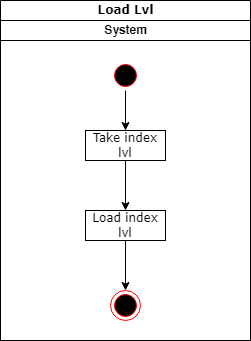
This is Load Lvl.drawio.png from johannfac/A-Lone-Burglar, a draw.io export, as it was before one commit. Source tidied: cells renumbered, new cells last; positions are measured from the earlier drawing's top-left corner, leaving out a move shared by most shapes.
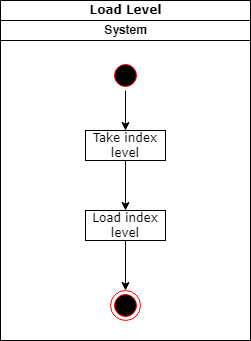
After the change.

Change to the diagram source:
```diff
@@ -2,7 +2,7 @@
   <root>
     <mxCell id="0" />
     <mxCell id="1" parent="0" />
-    <mxCell id="2" value="Load Lvl" style="swimlane;html=1;startSize=20;rounded=0;shadow=0;comic=0;labelBackgroundColor=none;strokeWidth=1;fontFamily=Verdana;fontSize=12;align=center;" parent="1" vertex="1">
+    <mxCell id="2" value="Load Level" style="swimlane;html=1;startSize=20;rounded=0;shadow=0;comic=0;labelBackgroundColor=none;strokeWidth=1;fontFamily=Verdana;fontSize=12;align=center;" parent="1" vertex="1">
       <mxGeometry width="250" height="340" as="geometry" />
     </mxCell>
     <mxCell id="3" value="System" style="swimlane;html=1;startSize=20;" parent="2" vertex="1">
@@ -17,13 +17,13 @@
     <mxCell id="6" style="edgeStyle=orthogonalEdgeStyle;rounded=0;jettySize=auto;html=1;exitX=0.5;exitY=1;exitDx=0;exitDy=0;entryX=0.5;entryY=0;entryDx=0;entryDy=0;" parent="3" edge="1" source="7" target="9">
       <mxGeometry relative="1" as="geometry" />
     </mxCell>
-    <mxCell id="7" value="Take index lvl" style="rounded=0;whiteSpace=wrap;html=1;shadow=0;comic=0;labelBackgroundColor=none;strokeWidth=1;fontFamily=Verdana;fontSize=12;align=center;arcSize=50;" parent="3" vertex="1">
+    <mxCell id="7" value="Take index level" style="rounded=0;whiteSpace=wrap;html=1;shadow=0;comic=0;labelBackgroundColor=none;strokeWidth=1;fontFamily=Verdana;fontSize=12;align=center;arcSize=50;" parent="3" vertex="1">
       <mxGeometry x="85" y="110" width="80" height="30" as="geometry" />
     </mxCell>
     <mxCell id="8" style="edgeStyle=orthogonalEdgeStyle;rounded=0;jettySize=auto;html=1;exitX=0.5;exitY=1;exitDx=0;exitDy=0;entryX=0.5;entryY=0;entryDx=0;entryDy=0;" parent="3" edge="1" source="9" target="10">
       <mxGeometry relative="1" as="geometry" />
     </mxCell>
-    <mxCell id="9" value="Load index lvl" style="rounded=0;whiteSpace=wrap;html=1;shadow=0;comic=0;labelBackgroundColor=none;strokeWidth=1;fontFamily=Verdana;fontSize=12;align=center;arcSize=50;" parent="3" vertex="1">
+    <mxCell id="9" value="Load index level" style="rounded=0;whiteSpace=wrap;html=1;shadow=0;comic=0;labelBackgroundColor=none;strokeWidth=1;fontFamily=Verdana;fontSize=12;align=center;arcSize=50;" parent="3" vertex="1">
       <mxGeometry x="85" y="190" width="80" height="30" as="geometry" />
     </mxCell>
     <mxCell id="10" style="ellipse;html=1;shape=endState;fillColor=#000000;strokeColor=#ff0000;" parent="3" vertex="1">
```
